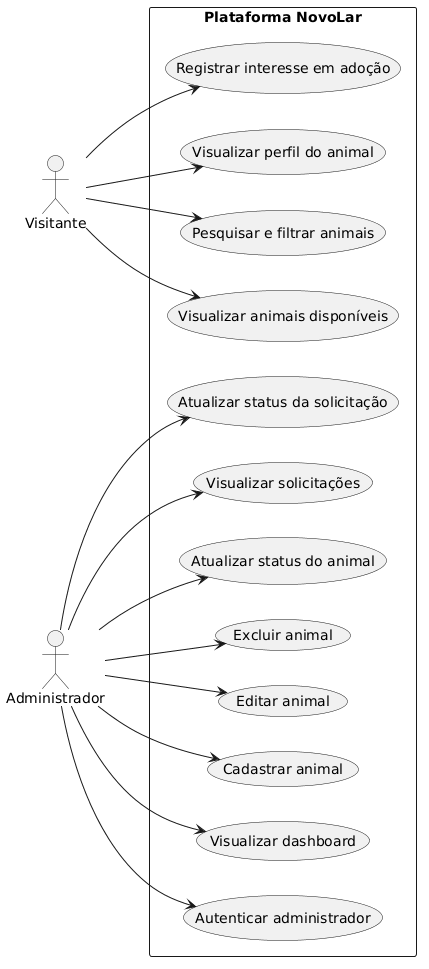
NicolasCasser/novolar keeps this PlantUML diagram as docs/diagrams/use-case.png. Above is the earlier version.
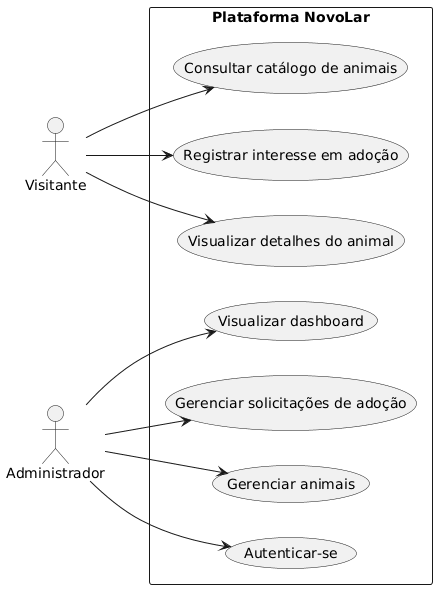
The same file after the commit.

The edit, as a diff of the source:
```diff
@@ -6,34 +6,22 @@
 
 rectangle "Plataforma NovoLar" {
 
-    usecase "Visualizar animais disponíveis" as UC01
-    usecase "Pesquisar e filtrar animais" as UC02
-    usecase "Visualizar perfil do animal" as UC03
-    usecase "Registrar interesse em adoção" as UC04
+    usecase "Consultar catálogo de animais" as UC01
+    usecase "Visualizar detalhes do animal" as UC02
+    usecase "Registrar interesse em adoção" as UC03
 
-    usecase "Autenticar administrador" as UC05
-    usecase "Visualizar dashboard" as UC06
-
-    usecase "Cadastrar animal" as UC07
-    usecase "Editar animal" as UC08
-    usecase "Excluir animal" as UC09
-    usecase "Atualizar status do animal" as UC10
-
-    usecase "Visualizar solicitações" as UC11
-    usecase "Atualizar status da solicitação" as UC12
+    usecase "Autenticar-se" as UC04
+    usecase "Gerenciar animais" as UC05
+    usecase "Gerenciar solicitações de adoção" as UC06
+    usecase "Visualizar dashboard" as UC07
 }
 
 Visitor --> UC01
 Visitor --> UC02
 Visitor --> UC03
-Visitor --> UC04
 
+Admin --> UC04
 Admin --> UC05
 Admin --> UC06
 Admin --> UC07
-Admin --> UC08
-Admin --> UC09
-Admin --> UC10
-Admin --> UC11
-Admin --> UC12
 @enduml
```
